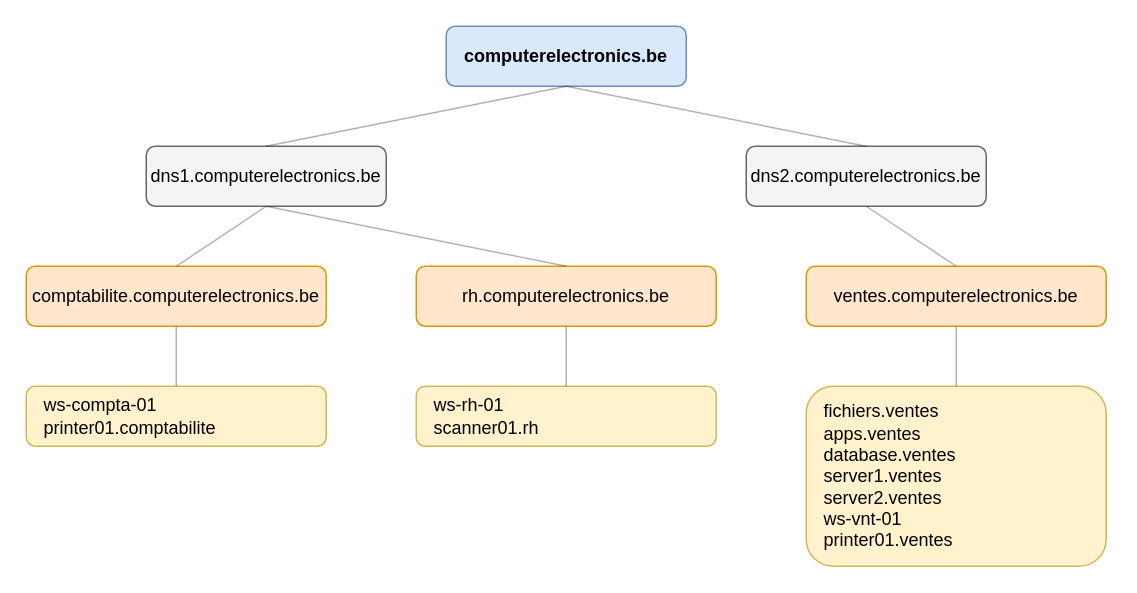
Earlier version of the draw.io diagram diagrams/structure_dns.drawio (choquitofrito/ActiveDirectory). Source tidied: cells renumbered, new cells numbered last; positions are measured from the earlier drawing's top-left corner, leaving out a move shared by most shapes. Both pictures are drawn from the tidied source at 150%, with x=0, y=0 at pixel (26, 26).
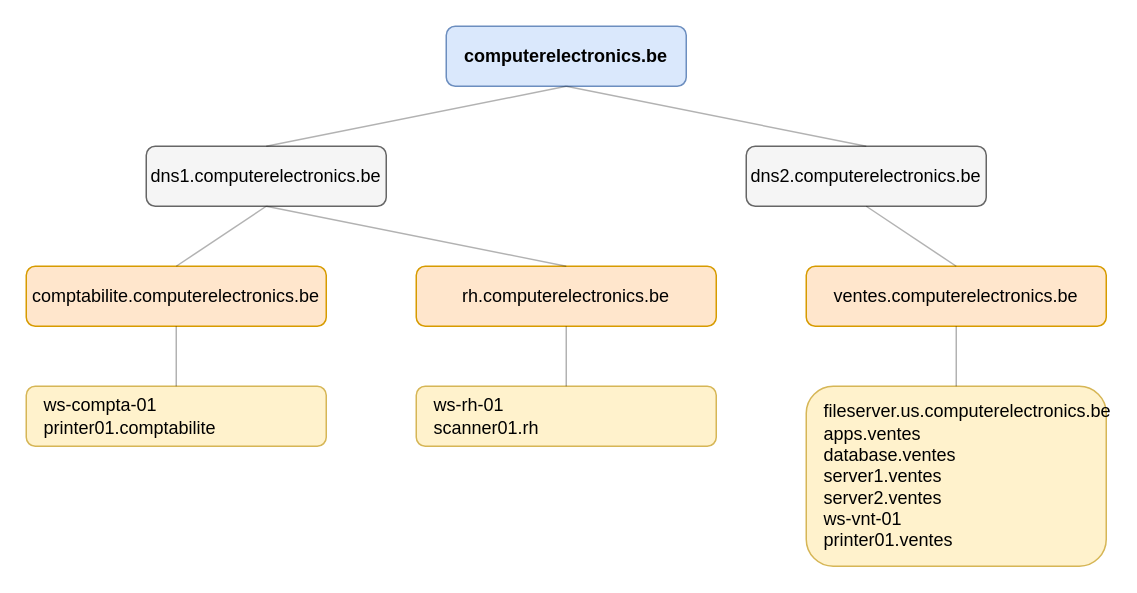
After the change.

Change to the diagram source:
```diff
@@
 <mxGraphModel>
   <root>
     <mxCell id="0" />
     <mxCell id="1" parent="0" />
     <mxCell id="2" value="computerelectronics.be" style="rounded=1;whiteSpace=wrap;html=1;fillColor=#dae8fc;strokeColor=#6c8ebf;fontStyle=1;" parent="1" vertex="1">
       <mxGeometry x="280" width="160" height="40" as="geometry" />
     </mxCell>
     <mxCell id="3" value="dns1.computerelectronics.be" style="rounded=1;whiteSpace=wrap;html=1;fillColor=#f5f5f5;strokeColor=#666666;" parent="1" vertex="1">
       <mxGeometry x="80" y="80" width="160" height="40" as="geometry" />
     </mxCell>
     <mxCell id="4" value="dns2.computerelectronics.be" style="rounded=1;whiteSpace=wrap;html=1;fillColor=#f5f5f5;strokeColor=#666666;" parent="1" vertex="1">
       <mxGeometry x="480" y="80" width="160" height="40" as="geometry" />
     </mxCell>
     <mxCell id="5" value="comptabilite.computerelectronics.be" style="rounded=1;whiteSpace=wrap;html=1;fillColor=#ffe6cc;strokeColor=#d79b00;" parent="1" vertex="1">
       <mxGeometry y="160" width="200" height="40" as="geometry" />
     </mxCell>
     <mxCell id="6" value="rh.computerelectronics.be" style="rounded=1;whiteSpace=wrap;html=1;fillColor=#ffe6cc;strokeColor=#d79b00;" parent="1" vertex="1">
       <mxGeometry x="260" y="160" width="200" height="40" as="geometry" />
     </mxCell>
     <mxCell id="7" value="ventes.computerelectronics.be" style="rounded=1;whiteSpace=wrap;html=1;fillColor=#ffe6cc;strokeColor=#d79b00;" parent="1" vertex="1">
       <mxGeometry x="520" y="160" width="200" height="40" as="geometry" />
     </mxCell>
     <mxCell id="8" value="ws-compta-01&#10;printer01.comptabilite" style="rounded=1;whiteSpace=wrap;html=1;fillColor=#fff2cc;strokeColor=#d6b656;align=left;spacingLeft=10;" parent="1" vertex="1">
       <mxGeometry y="240" width="200" height="40" as="geometry" />
     </mxCell>
     <mxCell id="9" value="ws-rh-01&#10;scanner01.rh" style="rounded=1;whiteSpace=wrap;html=1;fillColor=#fff2cc;strokeColor=#d6b656;align=left;spacingLeft=10;" parent="1" vertex="1">
       <mxGeometry x="260" y="240" width="200" height="40" as="geometry" />
     </mxCell>
-    <mxCell id="10" value="fichiers.ventes&#10;apps.ventes&#10;database.ventes&#10;server1.ventes&#10;server2.ventes&#10;ws-vnt-01&#10;printer01.ventes" style="rounded=1;whiteSpace=wrap;html=1;fillColor=#fff2cc;strokeColor=#d6b656;align=left;spacingLeft=10;" parent="1" vertex="1">
+    <mxCell id="10" value="fileserver.us.computerelectronics.be&#10;apps.ventes&#10;database.ventes&#10;server1.ventes&#10;server2.ventes&#10;ws-vnt-01&#10;printer01.ventes" style="rounded=1;whiteSpace=wrap;html=1;fillColor=#fff2cc;strokeColor=#d6b656;align=left;spacingLeft=10;" parent="1" vertex="1">
       <mxGeometry x="520" y="240" width="200" height="120" as="geometry" />
     </mxCell>
     <mxCell id="11" style="endArrow=none;html=1;rounded=0;exitX=0.5;exitY=0;exitDx=0;exitDy=0;entryX=0.5;entryY=1;entryDx=0;entryDy=0;opacity=30;" parent="1" edge="1" source="3" target="2">
       <mxGeometry relative="1" as="geometry" />
     </mxCell>
     <mxCell id="12" style="endArrow=none;html=1;rounded=0;exitX=0.5;exitY=0;exitDx=0;exitDy=0;entryX=0.5;entryY=1;entryDx=0;entryDy=0;opacity=30;" parent="1" edge="1" source="4" target="2">
       <mxGeometry relative="1" as="geometry" />
     </mxCell>
     <mxCell id="13" style="endArrow=none;html=1;rounded=0;exitX=0.5;exitY=0;exitDx=0;exitDy=0;entryX=0.5;entryY=1;entryDx=0;entryDy=0;opacity=30;" parent="1" edge="1" source="5" target="3">
       <mxGeometry relative="1" as="geometry" />
     </mxCell>
     <mxCell id="14" style="endArrow=none;html=1;rounded=0;exitX=0.5;exitY=0;exitDx=0;exitDy=0;entryX=0.5;entryY=1;entryDx=0;entryDy=0;opacity=30;" parent="1" edge="1" source="6" target="3">
       <mxGeometry relative="1" as="geometry" />
     </mxCell>
     <mxCell id="15" style="endArrow=none;html=1;rounded=0;exitX=0.5;exitY=0;exitDx=0;exitDy=0;entryX=0.5;entryY=1;entryDx=0;entryDy=0;opacity=30;" parent="1" edge="1" source="7" target="4">
       <mxGeometry relative="1" as="geometry" />
     </mxCell>
     <mxCell id="16" style="endArrow=none;html=1;rounded=0;exitX=0.5;exitY=0;exitDx=0;exitDy=0;entryX=0.5;entryY=1;entryDx=0;entryDy=0;opacity=30;" parent="1" edge="1" source="8" target="5">
       <mxGeometry relative="1" as="geometry" />
     </mxCell>
     <mxCell id="17" style="endArrow=none;html=1;rounded=0;exitX=0.5;exitY=0;exitDx=0;exitDy=0;entryX=0.5;entryY=1;entryDx=0;entryDy=0;opacity=30;" parent="1" edge="1" source="9" target="6">
       <mxGeometry relative="1" as="geometry" />
     </mxCell>
     <mxCell id="18" style="endArrow=none;html=1;rounded=0;exitX=0.5;exitY=0;exitDx=0;exitDy=0;entryX=0.5;entryY=1;entryDx=0;entryDy=0;opacity=30;" parent="1" edge="1" source="10" target="7">
       <mxGeometry relative="1" as="geometry" />
     </mxCell>
   </root>
 </mxGraphModel>
```
